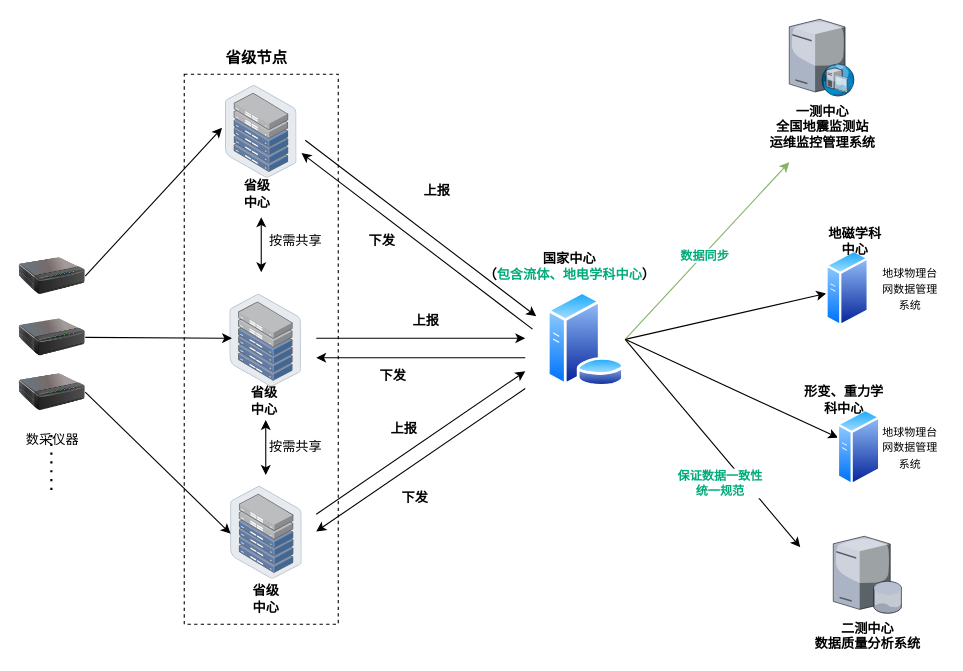
Before: page "第 7 页" (7 of 7) of drawio/eq_network.drawio in raingnight/Blog_Pic, a draw.io diagram. Source tidied: cells renumbered, new cells numbered last; positions are measured from the earlier drawing's top-left corner, leaving out a move shared by most shapes. Both pictures are drawn from the tidied source at 110%, with x=0, y=0 at pixel (19, 19).
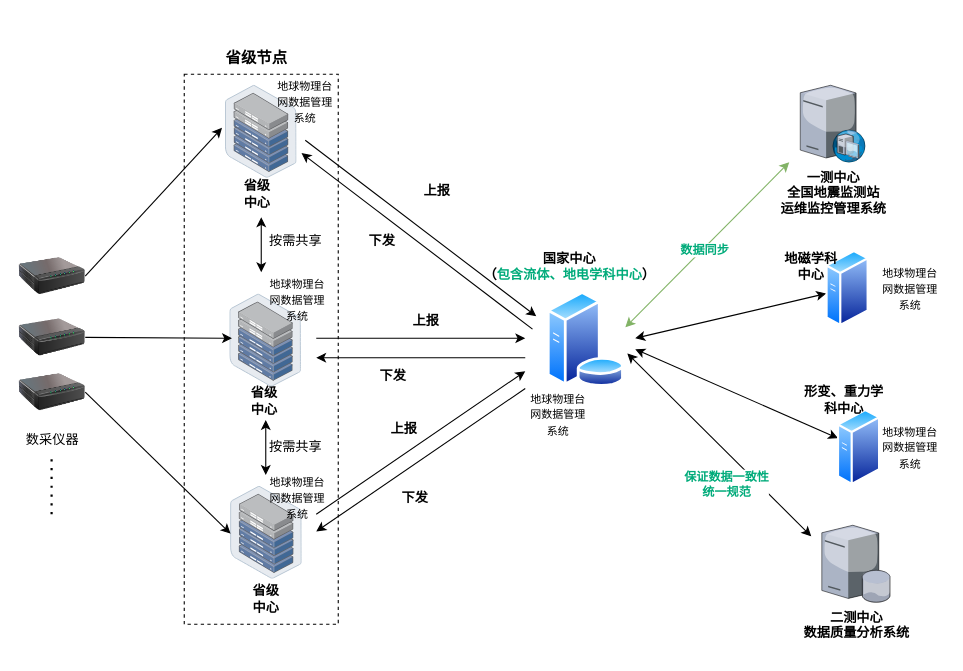
The same diagram, later.

Unchanged cells that the change refers to:
```xml
<mxCell id="7" style="image;perimeter=ellipsePerimeter;html=1;align=center;shadow=0;dashed=0;spacingTop=3;image=img/lib/active_directory/database_server.svg;" parent="1" vertex="1">
  <mxGeometry x="479.5" y="247.5" width="71.3" height="87" as="geometry" />
</mxCell>
<mxCell id="16" style="image;perimeter=ellipsePerimeter;html=1;align=center;shadow=0;dashed=0;spacingTop=3;image=img/lib/active_directory/generic_server.svg;" parent="1" vertex="1">
  <mxGeometry x="733.4" y="209.6" width="39.4" height="70.4" as="geometry" />
</mxCell>
<mxCell id="19" style="image;perimeter=ellipsePerimeter;html=1;align=center;shadow=0;dashed=0;spacingTop=3;image=img/lib/active_directory/generic_server.svg;" parent="1" vertex="1">
  <mxGeometry x="743.8" y="354.1" width="39.4" height="70.4" as="geometry" />
</mxCell>
```

What changed in the source:
```diff
@@
-    <mxCell id="5" style="rounded=0;jettySize=auto;html=1;exitX=1;exitY=0.5;exitDx=0;exitDy=0;" parent="1" edge="1" source="7" target="16">
-      <mxGeometry relative="1" as="geometry" />
+    <mxCell id="5" style="rounded=0;jettySize=auto;html=1;startArrow=classic;startFill=1;" parent="1" edge="1" target="16">
+      <mxGeometry relative="1" as="geometry">
+        <mxPoint x="560" y="290" as="sourcePoint" />
+      </mxGeometry>
     </mxCell>
-    <mxCell id="6" style="rounded=0;jettySize=auto;html=1;exitX=1;exitY=0.5;exitDx=0;exitDy=0;" parent="1" edge="1" source="7" target="19">
-      <mxGeometry relative="1" as="geometry" />
+    <mxCell id="6" style="rounded=0;jettySize=auto;html=1;startArrow=classic;startFill=1;" parent="1" edge="1" target="19">
+      <mxGeometry relative="1" as="geometry">
+        <mxPoint x="560" y="300" as="sourcePoint" />
+      </mxGeometry>
     </mxCell>
@@
     <mxCell id="8" value="&lt;b&gt;一测中心&lt;br&gt;全国地震监测站&lt;br&gt;运维监控管理系统&lt;br&gt;&lt;/b&gt;" style="verticalLabelPosition=bottom;sketch=0;html=1;verticalAlign=top;strokeColor=none;align=center;shape=mxgraph.citrix.dhcp_server;" parent="1" vertex="1">
-      <mxGeometry x="700" width="59.1" height="70" as="geometry" />
+      <mxGeometry x="710" y="60" width="59.1" height="70" as="geometry" />
     </mxCell>
     <mxCell id="9" value="&lt;b&gt;二测中心&lt;br&gt;数据质量分析系统&lt;br&gt;&lt;/b&gt;" style="verticalLabelPosition=bottom;sketch=0;html=1;verticalAlign=top;strokeColor=none;align=center;shape=mxgraph.citrix.database_server;" parent="1" vertex="1">
-      <mxGeometry x="740" y="470" width="62.2" height="70" as="geometry" />
+      <mxGeometry x="729.6" y="460" width="62.2" height="70" as="geometry" />
     </mxCell>
-    <mxCell id="10" style="endArrow=classic;html=1;rounded=0;strokeColor=#82b366;exitX=1;exitY=0.5;exitDx=0;exitDy=0;fillColor=#d5e8d4;" parent="1" edge="1" source="7">
+    <mxCell id="10" style="endArrow=classic;html=1;rounded=0;strokeColor=#82b366;fillColor=#d5e8d4;startArrow=classic;startFill=1;" parent="1" edge="1">
       <mxGeometry relative="1" as="geometry">
+        <mxPoint x="551" y="280" as="sourcePoint" />
         <mxPoint x="700" y="130" as="targetPoint" />
       </mxGeometry>
     </mxCell>
@@
-    <mxCell id="12" style="endArrow=classic;html=1;rounded=0;exitX=1;exitY=0.5;exitDx=0;exitDy=0;" parent="1" edge="1" source="7">
+    <mxCell id="12" style="endArrow=classic;html=1;rounded=0;exitX=1.028;exitY=0.647;exitDx=0;exitDy=0;startArrow=classic;startFill=1;exitPerimeter=0;" parent="1" edge="1" source="7">
       <mxGeometry relative="1" as="geometry">
-        <mxPoint x="710" y="480" as="targetPoint" />
+        <mxPoint x="720" y="470" as="targetPoint" />
       </mxGeometry>
     </mxCell>
@@
     <mxCell id="15" style="endArrow=none;dashed=1;html=1;dashPattern=1 3;strokeWidth=2;rounded=0;" parent="1" edge="1">
       <mxGeometry relative="1" as="geometry">
-        <mxPoint x="29.2" y="427.9" as="sourcePoint" />
-        <mxPoint x="29.2" y="377.9" as="targetPoint" />
+        <mxPoint x="29.4" y="450" as="sourcePoint" />
+        <mxPoint x="29.4" y="400" as="targetPoint" />
       </mxGeometry>
     </mxCell>
@@
     <mxCell id="17" value="地磁学科中心" style="text;html=1;strokeColor=none;fillColor=none;align=center;verticalAlign=middle;whiteSpace=wrap;rounded=0;fontStyle=1;" parent="1" vertex="1">
-      <mxGeometry x="729.6" y="190" width="60" height="23.5" as="geometry" />
+      <mxGeometry x="690" y="213.3" width="60" height="23.5" as="geometry" />
     </mxCell>
@@
+    <mxCell id="49" value="&lt;font style=&quot;font-size: 10px;&quot;&gt;地球物理台网数据管理系统&lt;/font&gt;" style="text;html=1;strokeColor=none;fillColor=none;align=center;verticalAlign=middle;whiteSpace=wrap;rounded=0;" parent="1" vertex="1">
+      <mxGeometry x="460" y="344.3" width="60" height="30" as="geometry" />
+    </mxCell>
+    <mxCell id="50" value="&lt;font style=&quot;font-size: 10px;&quot;&gt;地球物理台网数据管理系统&lt;/font&gt;" style="text;html=1;strokeColor=none;fillColor=none;align=center;verticalAlign=middle;whiteSpace=wrap;rounded=0;" parent="1" vertex="1">
+      <mxGeometry x="230" y="60" width="60" height="30" as="geometry" />
+    </mxCell>
+    <mxCell id="51" value="&lt;font style=&quot;font-size: 10px;&quot;&gt;地球物理台网数据管理系统&lt;/font&gt;" style="text;html=1;strokeColor=none;fillColor=none;align=center;verticalAlign=middle;whiteSpace=wrap;rounded=0;" parent="1" vertex="1">
+      <mxGeometry x="223" y="240" width="60" height="30" as="geometry" />
+    </mxCell>
+    <mxCell id="52" value="&lt;font style=&quot;font-size: 10px;&quot;&gt;地球物理台网数据管理系统&lt;/font&gt;" style="text;html=1;strokeColor=none;fillColor=none;align=center;verticalAlign=middle;whiteSpace=wrap;rounded=0;" parent="1" vertex="1">
+      <mxGeometry x="223" y="420" width="60" height="30" as="geometry" />
+    </mxCell>
```
